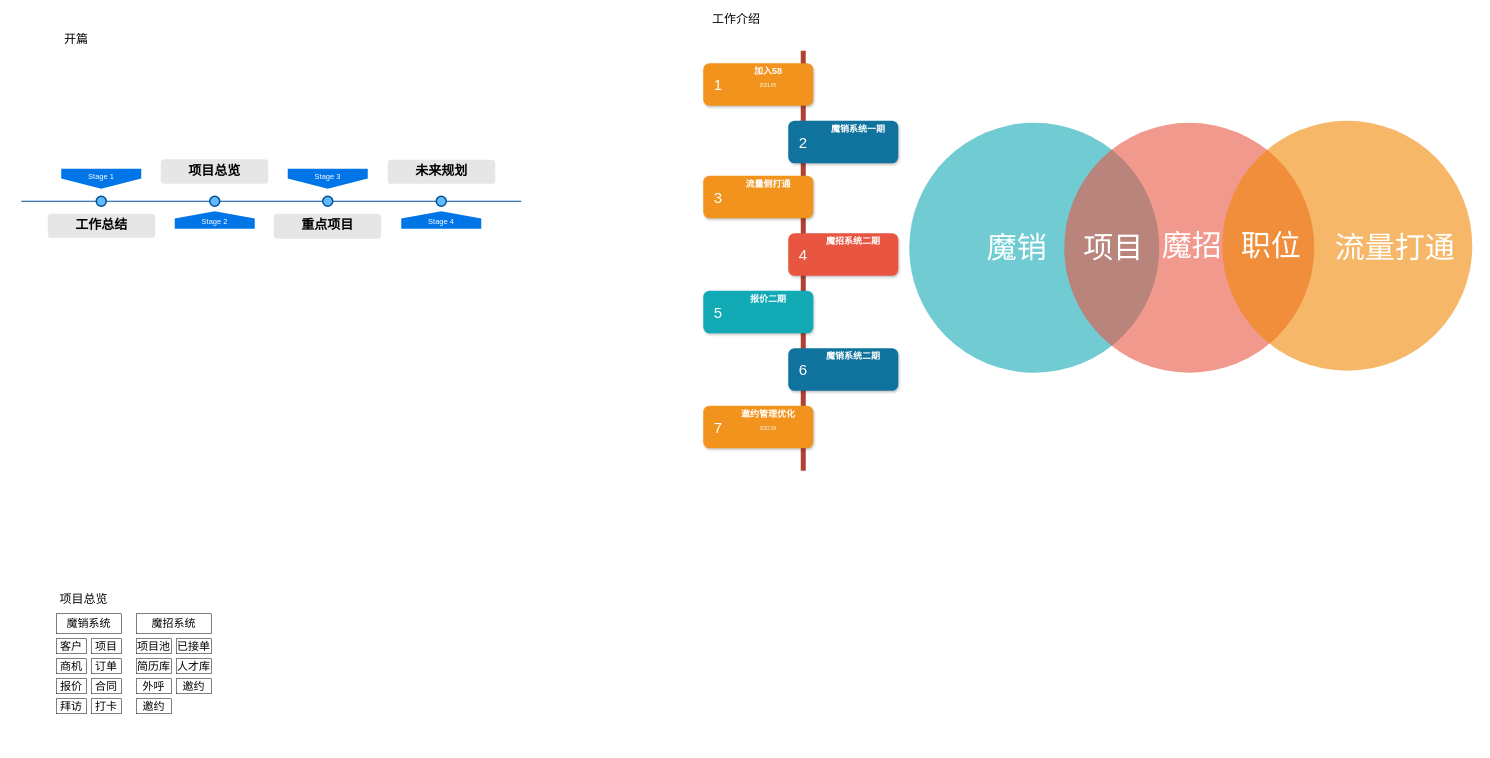
This is 转正述职.drawio from LuOyEbY/draw-b, a draw.io file, before an edit. Source tidied: cells renumbered, new cells numbered last; positions are measured from the earlier drawing's top-left corner, leaving out a move shared by most shapes. Both pictures are drawn from the tidied source at 50%, with x=0, y=0 at pixel (21, 8).
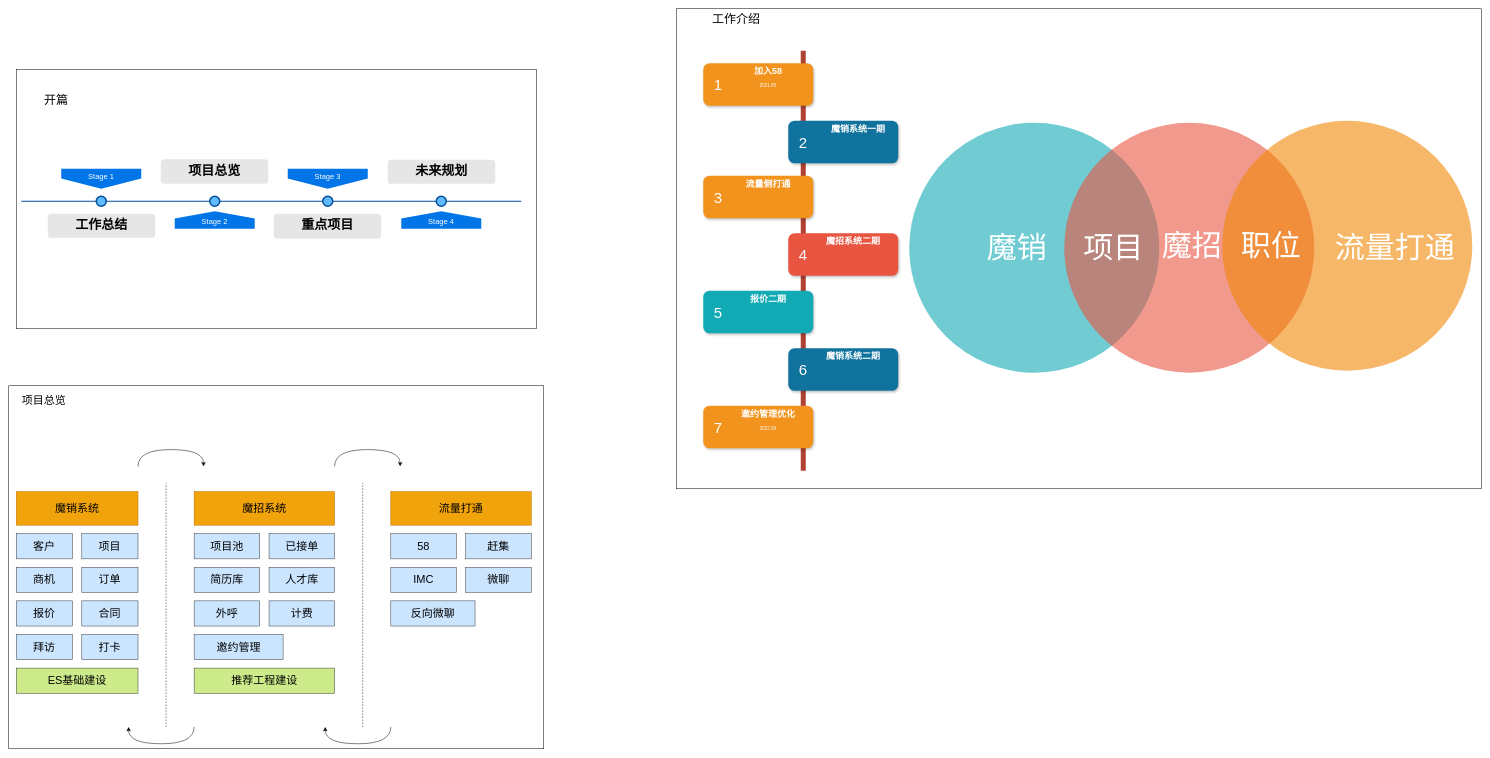
The same page after the edit.

Commit message (it also covers changes not shown here):
更新转正述职.drawio

What changed in the source:
```diff
@@
+    <mxCell id="66" style="rounded=0;whiteSpace=wrap;html=1;fillStyle=auto;fontSize=22;fillColor=#FFFFFF;gradientColor=none;" parent="1" vertex="1">
+      <mxGeometry x="1310" width="1610" height="960" as="geometry" />
+    </mxCell>
+    <mxCell id="67" style="rounded=0;whiteSpace=wrap;html=1;fillStyle=auto;fontSize=22;fillColor=#FFFFFF;gradientColor=none;" parent="1" vertex="1">
+      <mxGeometry x="-10" y="121.5" width="1040" height="518.5" as="geometry" />
+    </mxCell>
@@
     <mxCell id="39" value="开篇" style="text;html=1;strokeColor=none;fillColor=none;align=center;verticalAlign=middle;whiteSpace=wrap;rounded=0;fontSize=24;" parent="1" vertex="1">
-      <mxGeometry x="30" y="40" width="160" height="40" as="geometry" />
+      <mxGeometry x="-10" y="162" width="160" height="40" as="geometry" />
     </mxCell>
@@
-    <mxCell id="48" value="项目总览" style="text;html=1;strokeColor=none;fillColor=none;align=center;verticalAlign=middle;whiteSpace=wrap;rounded=0;fontSize=24;" parent="1" vertex="1">
-      <mxGeometry x="70" y="1160" width="110" height="40" as="geometry" />
-    </mxCell>
+    <mxCell id="68" style="rounded=0;whiteSpace=wrap;html=1;fillStyle=auto;fontSize=22;fillColor=#FFFFFF;gradientColor=none;" parent="1" vertex="1">
+      <mxGeometry x="-25" y="754" width="1070" height="726" as="geometry" />
+    </mxCell>
-    <mxCell id="49" value="魔销系统" style="rounded=0;whiteSpace=wrap;html=1;fillStyle=auto;fontSize=22;fillColor=#FFFFFF;gradientColor=none;" parent="1" vertex="1">
-      <mxGeometry x="70" y="1210" width="130" height="40" as="geometry" />
+    <mxCell id="49" value="魔销系统" style="rounded=0;whiteSpace=wrap;html=1;fillStyle=auto;fontSize=22;fillColor=#f0a30a;fontColor=#000000;strokeColor=#BD7000;" parent="1" vertex="1">
+      <mxGeometry x="-10" y="965.7" width="243.5" height="67.2" as="geometry" />
     </mxCell>
-    <mxCell id="50" value="客户" style="rounded=0;whiteSpace=wrap;html=1;fillStyle=auto;fontSize=22;fillColor=#FFFFFF;gradientColor=none;" parent="1" vertex="1">
-      <mxGeometry x="70" y="1260" width="60" height="30" as="geometry" />
+    <mxCell id="50" value="客户" style="rounded=0;whiteSpace=wrap;html=1;fillStyle=auto;fontSize=22;fillColor=#cce5ff;strokeColor=#36393d;" parent="1" vertex="1">
+      <mxGeometry x="-10" y="1049.8" width="112.4" height="50.4" as="geometry" />
     </mxCell>
-    <mxCell id="51" value="项目" style="rounded=0;whiteSpace=wrap;html=1;fillStyle=auto;fontSize=22;fillColor=#FFFFFF;gradientColor=none;" parent="1" vertex="1">
-      <mxGeometry x="140" y="1260" width="60" height="30" as="geometry" />
+    <mxCell id="51" value="项目" style="rounded=0;whiteSpace=wrap;html=1;fillStyle=auto;fontSize=22;fillColor=#cce5ff;strokeColor=#36393d;" parent="1" vertex="1">
+      <mxGeometry x="121.1" y="1049.8" width="112.4" height="50.4" as="geometry" />
     </mxCell>
-    <mxCell id="52" value="商机" style="rounded=0;whiteSpace=wrap;html=1;fillStyle=auto;fontSize=22;fillColor=#FFFFFF;gradientColor=none;" parent="1" vertex="1">
-      <mxGeometry x="70" y="1300" width="60" height="30" as="geometry" />
+    <mxCell id="52" value="商机" style="rounded=0;whiteSpace=wrap;html=1;fillStyle=auto;fontSize=22;fillColor=#cce5ff;strokeColor=#36393d;" parent="1" vertex="1">
+      <mxGeometry x="-10" y="1117" width="112.4" height="50.4" as="geometry" />
     </mxCell>
-    <mxCell id="53" value="订单" style="rounded=0;whiteSpace=wrap;html=1;fillStyle=auto;fontSize=22;fillColor=#FFFFFF;gradientColor=none;" parent="1" vertex="1">
-      <mxGeometry x="140" y="1300" width="60" height="30" as="geometry" />
+    <mxCell id="53" value="订单" style="rounded=0;whiteSpace=wrap;html=1;fillStyle=auto;fontSize=22;fillColor=#cce5ff;strokeColor=#36393d;" parent="1" vertex="1">
+      <mxGeometry x="121.1" y="1117" width="112.4" height="50.4" as="geometry" />
     </mxCell>
-    <mxCell id="54" value="报价" style="rounded=0;whiteSpace=wrap;html=1;fillStyle=auto;fontSize=22;fillColor=#FFFFFF;gradientColor=none;" parent="1" vertex="1">
-      <mxGeometry x="70" y="1340" width="60" height="30" as="geometry" />
+    <mxCell id="54" value="报价" style="rounded=0;whiteSpace=wrap;html=1;fillStyle=auto;fontSize=22;fillColor=#cce5ff;strokeColor=#36393d;" parent="1" vertex="1">
+      <mxGeometry x="-10" y="1184.2" width="112.4" height="50.4" as="geometry" />
     </mxCell>
-    <mxCell id="55" value="合同" style="rounded=0;whiteSpace=wrap;html=1;fillStyle=auto;fontSize=22;fillColor=#FFFFFF;gradientColor=none;" parent="1" vertex="1">
-      <mxGeometry x="140" y="1340" width="60" height="30" as="geometry" />
+    <mxCell id="55" value="合同" style="rounded=0;whiteSpace=wrap;html=1;fillStyle=auto;fontSize=22;fillColor=#cce5ff;strokeColor=#36393d;" parent="1" vertex="1">
+      <mxGeometry x="121.1" y="1184.2" width="112.4" height="50.4" as="geometry" />
     </mxCell>
-    <mxCell id="56" value="拜访" style="rounded=0;whiteSpace=wrap;html=1;fillStyle=auto;fontSize=22;fillColor=#FFFFFF;gradientColor=none;" parent="1" vertex="1">
-      <mxGeometry x="70" y="1380" width="60" height="30" as="geometry" />
+    <mxCell id="56" value="拜访" style="rounded=0;whiteSpace=wrap;html=1;fillStyle=auto;fontSize=22;fillColor=#cce5ff;strokeColor=#36393d;" parent="1" vertex="1">
+      <mxGeometry x="-10" y="1251.5" width="112.4" height="50.4" as="geometry" />
     </mxCell>
-    <mxCell id="57" value="打卡" style="rounded=0;whiteSpace=wrap;html=1;fillStyle=auto;fontSize=22;fillColor=#FFFFFF;gradientColor=none;" parent="1" vertex="1">
-      <mxGeometry x="140" y="1380" width="60" height="30" as="geometry" />
+    <mxCell id="57" value="打卡" style="rounded=0;whiteSpace=wrap;html=1;fillStyle=auto;fontSize=22;fillColor=#cce5ff;strokeColor=#36393d;" parent="1" vertex="1">
+      <mxGeometry x="121.1" y="1251.5" width="112.4" height="50.4" as="geometry" />
     </mxCell>
-    <mxCell id="58" value="魔招系统" style="rounded=0;whiteSpace=wrap;html=1;fillStyle=auto;fontSize=22;fillColor=#FFFFFF;gradientColor=none;" parent="1" vertex="1">
-      <mxGeometry x="230" y="1210" width="150" height="40" as="geometry" />
+    <mxCell id="58" value="魔招系统" style="rounded=0;whiteSpace=wrap;html=1;fillStyle=auto;fontSize=22;fillColor=#f0a30a;fontColor=#000000;strokeColor=#BD7000;" parent="1" vertex="1">
+      <mxGeometry x="345.8" y="965.7" width="280.9" height="67.2" as="geometry" />
     </mxCell>
-    <mxCell id="59" value="项目池" style="rounded=0;whiteSpace=wrap;html=1;fillStyle=auto;fontSize=22;fillColor=#FFFFFF;gradientColor=none;" parent="1" vertex="1">
-      <mxGeometry x="230" y="1260" width="70" height="30" as="geometry" />
+    <mxCell id="59" value="项目池" style="rounded=0;whiteSpace=wrap;html=1;fillStyle=auto;fontSize=22;fillColor=#cce5ff;strokeColor=#36393d;" parent="1" vertex="1">
+      <mxGeometry x="345.8" y="1049.8" width="131.1" height="50.4" as="geometry" />
     </mxCell>
-    <mxCell id="60" value="已接单" style="rounded=0;whiteSpace=wrap;html=1;fillStyle=auto;fontSize=22;fillColor=#FFFFFF;gradientColor=none;" parent="1" vertex="1">
-      <mxGeometry x="310" y="1260" width="70" height="30" as="geometry" />
+    <mxCell id="60" value="已接单" style="rounded=0;whiteSpace=wrap;html=1;fillStyle=auto;fontSize=22;fillColor=#cce5ff;strokeColor=#36393d;" parent="1" vertex="1">
+      <mxGeometry x="495.6" y="1049.8" width="131.1" height="50.4" as="geometry" />
     </mxCell>
-    <mxCell id="61" value="简历库" style="rounded=0;whiteSpace=wrap;html=1;fillStyle=auto;fontSize=22;fillColor=#FFFFFF;gradientColor=none;" parent="1" vertex="1">
-      <mxGeometry x="230" y="1300" width="70" height="30" as="geometry" />
+    <mxCell id="61" value="简历库" style="rounded=0;whiteSpace=wrap;html=1;fillStyle=auto;fontSize=22;fillColor=#cce5ff;strokeColor=#36393d;" parent="1" vertex="1">
+      <mxGeometry x="345.8" y="1117" width="131.1" height="50.4" as="geometry" />
     </mxCell>
-    <mxCell id="62" value="人才库" style="rounded=0;whiteSpace=wrap;html=1;fillStyle=auto;fontSize=22;fillColor=#FFFFFF;gradientColor=none;" parent="1" vertex="1">
-      <mxGeometry x="310" y="1300" width="70" height="30" as="geometry" />
+    <mxCell id="62" value="人才库" style="rounded=0;whiteSpace=wrap;html=1;fillStyle=auto;fontSize=22;fillColor=#cce5ff;strokeColor=#36393d;" parent="1" vertex="1">
+      <mxGeometry x="495.6" y="1117" width="131.1" height="50.4" as="geometry" />
     </mxCell>
-    <mxCell id="63" value="外呼" style="rounded=0;whiteSpace=wrap;html=1;fillStyle=auto;fontSize=22;fillColor=#FFFFFF;gradientColor=none;" parent="1" vertex="1">
-      <mxGeometry x="230" y="1340" width="70" height="30" as="geometry" />
+    <mxCell id="63" value="外呼" style="rounded=0;whiteSpace=wrap;html=1;fillStyle=auto;fontSize=22;fillColor=#cce5ff;strokeColor=#36393d;" parent="1" vertex="1">
+      <mxGeometry x="345.8" y="1184.2" width="131.1" height="50.4" as="geometry" />
     </mxCell>
-    <mxCell id="64" value="邀约" style="rounded=0;whiteSpace=wrap;html=1;fillStyle=auto;fontSize=22;fillColor=#FFFFFF;gradientColor=none;" parent="1" vertex="1">
-      <mxGeometry x="310" y="1340" width="70" height="30" as="geometry" />
+    <mxCell id="64" value="计费" style="rounded=0;whiteSpace=wrap;html=1;fillStyle=auto;fontSize=22;fillColor=#cce5ff;strokeColor=#36393d;" parent="1" vertex="1">
+      <mxGeometry x="495.6" y="1184.2" width="131.1" height="50.4" as="geometry" />
     </mxCell>
-    <mxCell id="65" value="邀约" style="rounded=0;whiteSpace=wrap;html=1;fillStyle=auto;fontSize=22;fillColor=#FFFFFF;gradientColor=none;" parent="1" vertex="1">
-      <mxGeometry x="230" y="1380" width="70" height="30" as="geometry" />
+    <mxCell id="65" value="邀约管理" style="rounded=0;whiteSpace=wrap;html=1;fillStyle=auto;fontSize=22;fillColor=#cce5ff;strokeColor=#36393d;" parent="1" vertex="1">
+      <mxGeometry x="345.8" y="1251.5" width="177.9" height="50.4" as="geometry" />
     </mxCell>
+    <mxCell id="69" value="流量打通" style="rounded=0;whiteSpace=wrap;html=1;fillStyle=auto;fontSize=22;fillColor=#f0a30a;fontColor=#000000;strokeColor=#BD7000;" parent="1" vertex="1">
+      <mxGeometry x="739.1" y="965.7" width="280.9" height="67.2" as="geometry" />
+    </mxCell>
+    <mxCell id="70" value="58" style="rounded=0;whiteSpace=wrap;html=1;fillStyle=auto;fontSize=22;fillColor=#cce5ff;strokeColor=#36393d;" parent="1" vertex="1">
+      <mxGeometry x="739.1" y="1049.8" width="131.1" height="50.4" as="geometry" />
+    </mxCell>
+    <mxCell id="71" value="赶集" style="rounded=0;whiteSpace=wrap;html=1;fillStyle=auto;fontSize=22;fillColor=#cce5ff;strokeColor=#36393d;" parent="1" vertex="1">
+      <mxGeometry x="888.9" y="1049.8" width="131.1" height="50.4" as="geometry" />
+    </mxCell>
+    <mxCell id="72" value="IMC" style="rounded=0;whiteSpace=wrap;html=1;fillStyle=auto;fontSize=22;fillColor=#cce5ff;strokeColor=#36393d;" parent="1" vertex="1">
+      <mxGeometry x="739.1" y="1117" width="131.1" height="50.4" as="geometry" />
+    </mxCell>
+    <mxCell id="73" value="微聊" style="rounded=0;whiteSpace=wrap;html=1;fillStyle=auto;fontSize=22;fillColor=#cce5ff;strokeColor=#36393d;" parent="1" vertex="1">
+      <mxGeometry x="888.9" y="1117" width="131.1" height="50.4" as="geometry" />
+    </mxCell>
+    <mxCell id="74" value="反向微聊" style="rounded=0;whiteSpace=wrap;html=1;fillStyle=auto;fontSize=22;fillColor=#cce5ff;strokeColor=#36393d;" parent="1" vertex="1">
+      <mxGeometry x="739.1" y="1184.2" width="168.5" height="50.4" as="geometry" />
+    </mxCell>
+    <mxCell id="75" style="endArrow=none;dashed=1;html=1;rounded=0;fontSize=22;" parent="1" edge="1">
+      <mxGeometry relative="1" as="geometry">
+        <mxPoint x="682.9" y="1436.4" as="sourcePoint" />
+        <mxPoint x="682.9" y="948.9" as="targetPoint" />
+      </mxGeometry>
+    </mxCell>
+    <mxCell id="76" style="endArrow=none;dashed=1;html=1;rounded=0;fontSize=22;" parent="1" edge="1">
+      <mxGeometry relative="1" as="geometry">
+        <mxPoint x="289.6" y="1436.4" as="sourcePoint" />
+        <mxPoint x="289.6" y="948.9" as="targetPoint" />
+      </mxGeometry>
+    </mxCell>
+    <mxCell id="77" style="endArrow=classic;html=1;rounded=0;fontSize=22;curved=1;elbow=vertical;edgeStyle=orthogonalEdgeStyle;" parent="1" edge="1">
+      <mxGeometry relative="1" as="geometry">
+        <mxPoint x="739.1" y="1436.4" as="sourcePoint" />
+        <mxPoint x="608" y="1436.4" as="targetPoint" />
+        <Array as="points">
+          <mxPoint x="739.1" y="1470" />
+          <mxPoint x="608" y="1470" />
+        </Array>
+      </mxGeometry>
+    </mxCell>
+    <mxCell id="78" style="endArrow=classic;html=1;rounded=0;fontSize=22;elbow=vertical;edgeStyle=orthogonalEdgeStyle;curved=1;" parent="1" edge="1">
+      <mxGeometry relative="1" as="geometry">
+        <mxPoint x="626.7" y="915.3" as="sourcePoint" />
+        <mxPoint x="757.8" y="915.3" as="targetPoint" />
+        <Array as="points">
+          <mxPoint x="626.7" y="881.7" />
+          <mxPoint x="757.8" y="881.7" />
+        </Array>
+      </mxGeometry>
+    </mxCell>
+    <mxCell id="79" style="endArrow=classic;html=1;rounded=0;fontSize=22;elbow=vertical;edgeStyle=orthogonalEdgeStyle;curved=1;" parent="1" edge="1">
+      <mxGeometry relative="1" as="geometry">
+        <mxPoint x="233.5" y="915.3" as="sourcePoint" />
+        <mxPoint x="364.5" y="915.3" as="targetPoint" />
+        <Array as="points">
+          <mxPoint x="233.5" y="881.7" />
+          <mxPoint x="364.5" y="881.7" />
+        </Array>
+      </mxGeometry>
+    </mxCell>
+    <mxCell id="80" style="endArrow=classic;html=1;rounded=0;fontSize=22;curved=1;elbow=vertical;edgeStyle=orthogonalEdgeStyle;" parent="1" edge="1">
+      <mxGeometry relative="1" as="geometry">
+        <mxPoint x="345.8" y="1436.4" as="sourcePoint" />
+        <mxPoint x="214.7" y="1436.4" as="targetPoint" />
+        <Array as="points">
+          <mxPoint x="345.8" y="1470" />
+          <mxPoint x="214.7" y="1470" />
+        </Array>
+      </mxGeometry>
+    </mxCell>
+    <mxCell id="81" value="ES基础建设" style="rounded=0;whiteSpace=wrap;html=1;fillStyle=auto;fontSize=22;fillColor=#cdeb8b;strokeColor=#36393d;" parent="1" vertex="1">
+      <mxGeometry x="-10" y="1318.7" width="243.5" height="50.4" as="geometry" />
+    </mxCell>
+    <mxCell id="82" value="推荐工程建设" style="rounded=0;whiteSpace=wrap;html=1;fillStyle=auto;fontSize=22;fillColor=#cdeb8b;strokeColor=#36393d;" parent="1" vertex="1">
+      <mxGeometry x="345.8" y="1318.7" width="280.9" height="50.4" as="geometry" />
+    </mxCell>
+    <mxCell id="48" value="项目总览" style="text;html=1;align=center;verticalAlign=middle;strokeColor=none;fillColor=none;fontSize=22;" parent="1" vertex="1">
+      <mxGeometry x="-10" y="764" width="110" height="40" as="geometry" />
+    </mxCell>
```
